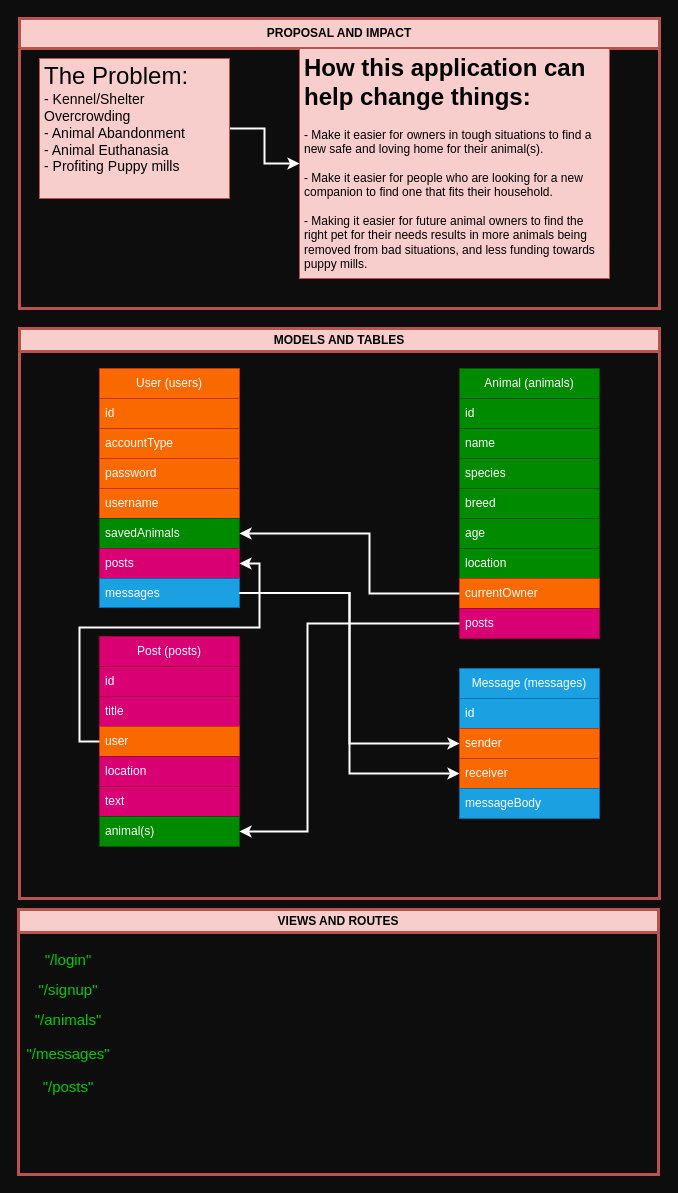
Before: Untitled Diagram.drawio in kammau/Animal-Share, a draw.io diagram. Source tidied: cells renumbered, new cells numbered last; positions are measured from the earlier drawing's top-left corner, leaving out a move shared by most shapes. Both pictures are drawn from the tidied source at 100%, with x=0, y=0 at pixel (18, 18).
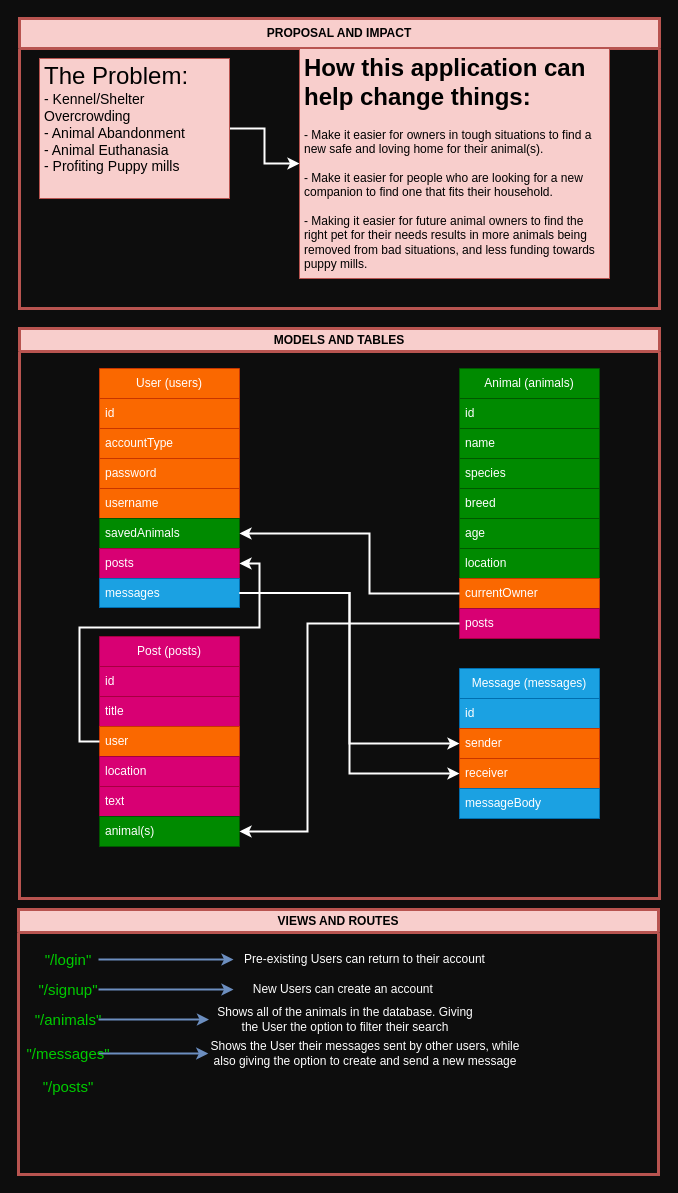
After the change.

Unchanged cells that the change refers to:
```xml
<mxCell id="41" value="VIEWS AND ROUTES" style="swimlane;whiteSpace=wrap;html=1;fillColor=#f8cecc;strokeColor=#b85450;strokeWidth=3;" parent="1" vertex="1">
  <mxGeometry y="891" width="640" height="265" as="geometry" />
</mxCell>
<mxCell id="42" value="&lt;font style=&quot;font-size: 15px;&quot;&gt;&quot;/login&quot;&lt;/font&gt;" style="text;html=1;strokeColor=none;fillColor=none;align=center;verticalAlign=middle;whiteSpace=wrap;rounded=0;fontColor=#00CC00;" parent="41" vertex="1">
  <mxGeometry x="20" y="35" width="60" height="30" as="geometry" />
</mxCell>
<mxCell id="43" value="&quot;/signup&quot;" style="text;html=1;strokeColor=none;fillColor=none;align=center;verticalAlign=middle;whiteSpace=wrap;rounded=0;fontSize=15;fontColor=#00CC00;" parent="41" vertex="1">
  <mxGeometry x="20" y="65" width="60" height="30" as="geometry" />
</mxCell>
<mxCell id="44" value="&quot;/animals&quot;" style="text;html=1;strokeColor=none;fillColor=none;align=center;verticalAlign=middle;whiteSpace=wrap;rounded=0;fontSize=15;fontColor=#00CC00;" parent="41" vertex="1">
  <mxGeometry x="20" y="95" width="60" height="30" as="geometry" />
</mxCell>
<mxCell id="45" value="&quot;/messages&quot;" style="text;html=1;strokeColor=none;fillColor=none;align=center;verticalAlign=middle;whiteSpace=wrap;rounded=0;fontSize=15;fontColor=#00CC00;" parent="41" vertex="1">
  <mxGeometry x="20" y="129" width="60" height="30" as="geometry" />
</mxCell>
```

The edit, as a diff of the source:
```diff
@@
+    <mxCell id="47" style="edgeStyle=orthogonalEdgeStyle;rounded=0;jettySize=auto;html=1;fontColor=#FFCCE6;fillColor=#dae8fc;strokeColor=#6c8ebf;strokeWidth=2;" parent="41" edge="1" source="42" target="51">
+      <mxGeometry relative="1" as="geometry" />
+    </mxCell>
@@
+    <mxCell id="48" style="edgeStyle=orthogonalEdgeStyle;rounded=0;jettySize=auto;html=1;fillColor=#dae8fc;strokeColor=#6c8ebf;strokeWidth=2;" parent="41" edge="1" source="43" target="52">
+      <mxGeometry relative="1" as="geometry" />
+    </mxCell>
@@
+    <mxCell id="49" style="edgeStyle=orthogonalEdgeStyle;rounded=0;jettySize=auto;html=1;fillColor=#dae8fc;strokeColor=#6c8ebf;strokeWidth=2;" parent="41" edge="1" source="44" target="53">
+      <mxGeometry relative="1" as="geometry" />
+    </mxCell>
@@
+    <mxCell id="50" style="edgeStyle=orthogonalEdgeStyle;rounded=0;jettySize=auto;html=1;fillColor=#dae8fc;strokeColor=#6c8ebf;strokeWidth=2;" parent="41" edge="1" source="45" target="54">
+      <mxGeometry relative="1" as="geometry" />
+    </mxCell>
@@
+    <mxCell id="51" value="Pre-existing Users can return to their account" style="text;html=1;strokeColor=none;fillColor=none;align=center;verticalAlign=middle;whiteSpace=wrap;rounded=0;fontColor=#FFFFFF;" parent="41" vertex="1">
+      <mxGeometry x="215" y="35" width="263" height="30" as="geometry" />
+    </mxCell>
+    <mxCell id="52" value="New Users can create an account&amp;nbsp;" style="text;html=1;strokeColor=none;fillColor=none;align=center;verticalAlign=middle;whiteSpace=wrap;rounded=0;fontColor=#FFFFFF;" parent="41" vertex="1">
+      <mxGeometry x="215" y="65" width="223" height="30" as="geometry" />
+    </mxCell>
+    <mxCell id="53" value="Shows all of the animals in the database. Giving the User the option to filter their search" style="text;html=1;strokeColor=none;fillColor=none;align=center;verticalAlign=middle;whiteSpace=wrap;rounded=0;fontColor=#FFFFFF;" parent="41" vertex="1">
+      <mxGeometry x="190.5" y="95" width="272" height="30" as="geometry" />
+    </mxCell>
+    <mxCell id="54" value="Shows the User their messages sent by other users, while also giving the option to create and send a new message" style="text;html=1;strokeColor=none;fillColor=none;align=center;verticalAlign=middle;whiteSpace=wrap;rounded=0;fontColor=#FFFFFF;" parent="41" vertex="1">
+      <mxGeometry x="189.8" y="129" width="313.5" height="30" as="geometry" />
+    </mxCell>
```
